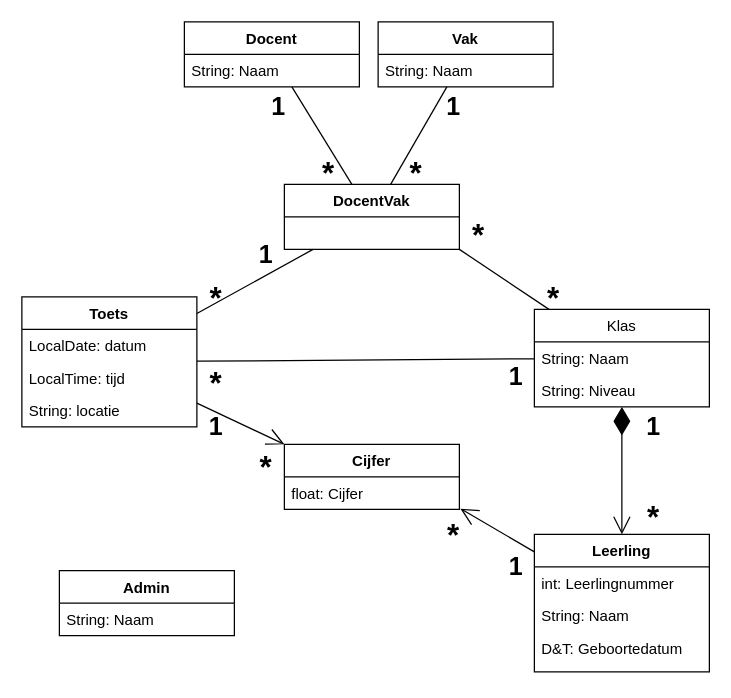
Above: UML/Class Diagram K1 (Editable).drawio in Vsvlak/Groepsopdracht-Kamer-1 (draw.io), before the change. Source tidied: cells renumbered, new cells numbered last; positions are measured from the earlier drawing's top-left corner, leaving out a move shared by most shapes. Both pictures are drawn from the tidied source at 125%, with x=0, y=0 at pixel (21, 21).
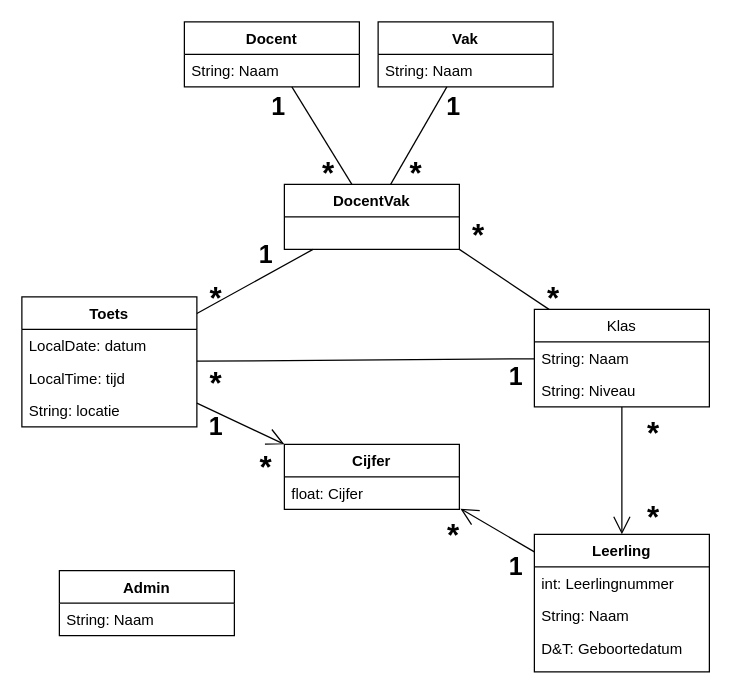
The same diagram, later.

Commit message:
update klasse diagram

Unchanged cells that the change refers to:
```xml
<mxCell id="20" value="Klas" style="swimlane;fontStyle=0;horizontal=1;startSize=26;fillColor=none;" parent="1" vertex="1">
  <mxGeometry x="410" y="230" width="140" height="78" as="geometry" />
</mxCell>
<mxCell id="23" value="Leerling" style="swimlane;fontStyle=1;horizontal=1;startSize=26;fillColor=none;" parent="1" vertex="1">
  <mxGeometry x="410" y="410" width="140" height="110" as="geometry" />
</mxCell>
```

Change to the diagram source:
```diff
@@
-    <mxCell id="2" style="endArrow=open;endFill=1;endSize=12;html=1;startArrow=diamondThin;startFill=1;sourcePerimeterSpacing=0;startSize=20;" parent="1" edge="1" source="20" target="23">
+    <mxCell id="2" style="endArrow=open;endFill=1;endSize=12;html=1;startArrow=none;startFill=0;sourcePerimeterSpacing=0;startSize=20;" parent="1" edge="1" source="20" target="23">
       <mxGeometry relative="1" as="geometry" />
     </mxCell>
-    <mxCell id="3" value="1" style="text;html=1;align=center;verticalAlign=middle;fontSize=20;fontStyle=1;" parent="1" vertex="1">
-      <mxGeometry x="490" y="308" width="30" height="30" as="geometry" />
-    </mxCell>
@@
+    <mxCell id="47" value="&lt;b style=&quot;font-size: 25px;&quot;&gt;*&lt;/b&gt;" style="text;html=1;align=center;verticalAlign=middle;fontSize=25;" parent="1" vertex="1">
+      <mxGeometry x="490" y="308" width="30" height="40" as="geometry" />
+    </mxCell>
```
